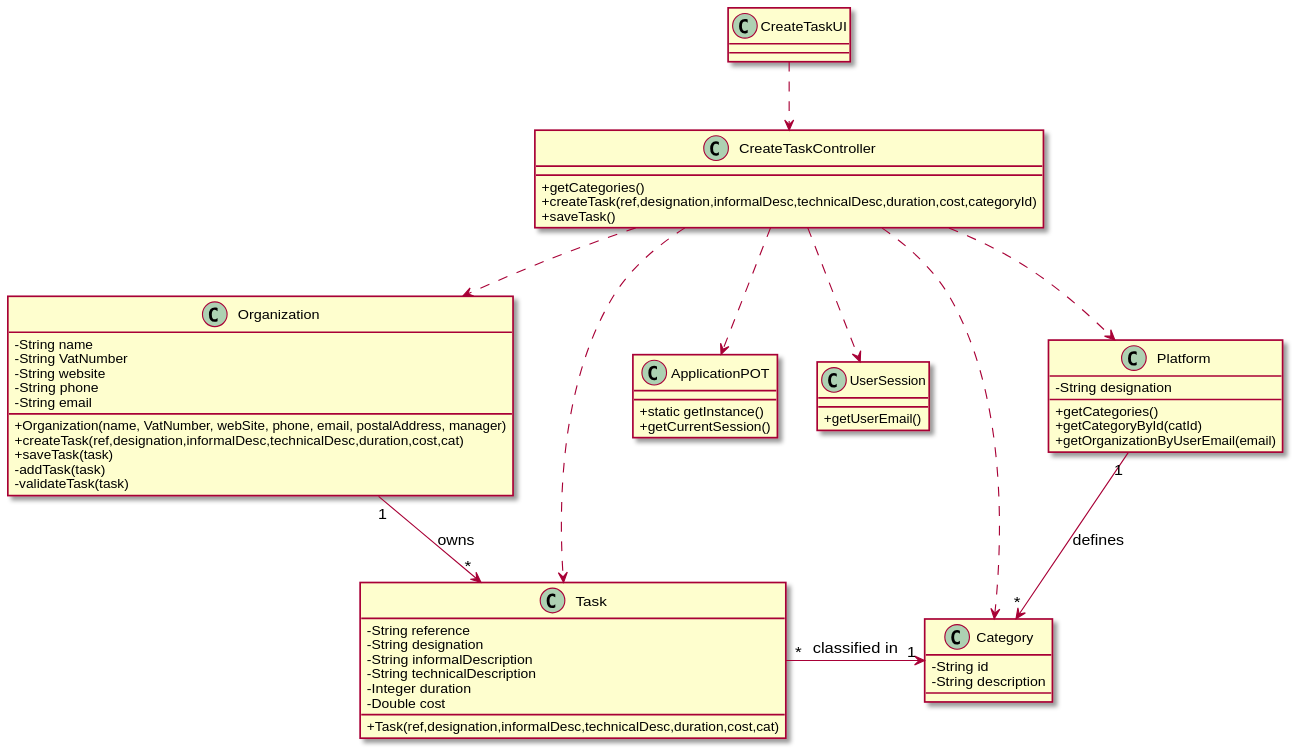
Pirussa/lei-22-s2-1da-g02 keeps this PlantUML diagram as docs/SprintC/US005/US005_CD.svg. Above is the earlier version. Its diagram source:
```plantuml
@startuml
skinparam classAttributeIconSize 0

class ApplicationPOT
{
  +static getInstance()
  +getCurrentSession()
}

class UserSession
{
  +getUserEmail()
}

class Task {
  -String reference
  -String designation
  -String informalDescription
  -String technicalDescription
  -Integer duration
  -Double cost
  +Task(ref,designation,informalDesc,technicalDesc,duration,cost,cat)
}

class Category {
  -String id
  -String description
}

class Organization {
  -String name
  -String VatNumber
  -String website
  -String phone
  -String email
  +Organization(name, VatNumber, webSite, phone, email, postalAddress, manager)
  +createTask(ref,designation,informalDesc,technicalDesc,duration,cost,cat)
  +saveTask(task)
  -addTask(task)
  -validateTask(task)
}

class Platform {
  -String designation
  +getCategories()
  +getCategoryById(catId)
  +getOrganizationByUserEmail(email)
}

class CreateTaskController {
  +getCategories()
  +createTask(ref,designation,informalDesc,technicalDesc,duration,cost,categoryId)
  +saveTask()
}

class CreateTaskUI {

}

CreateTaskUI ..> CreateTaskController
CreateTaskController ..> Platform
CreateTaskController ..> Category
CreateTaskController ..> Task
CreateTaskController ..> Organization
CreateTaskController ..> ApplicationPOT
CreateTaskController ..> UserSession
Task "*" -> "1" Category : classified in
Platform "1" --> "*" Category : defines
Organization "1" --> "*" Task : owns


@enduml
```
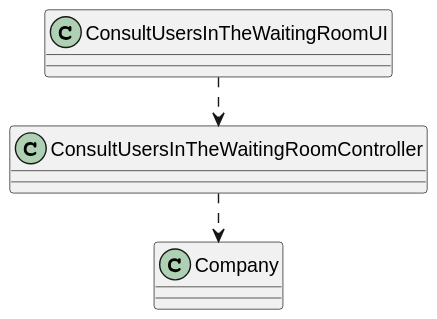
After the commit.

The edit, as a diff of the source:
```diff
@@ -1,72 +1,18 @@
 @startuml
-skinparam classAttributeIconSize 0
 
-class ApplicationPOT
-{
-  +static getInstance()
-  +getCurrentSession()
+class Company {
 }
 
-class UserSession
-{
-  +getUserEmail()
+
+class ConsultUsersInTheWaitingRoomUI
+
+class ConsultUsersInTheWaitingRoomController{
 }
 
-class Task {
-  -String reference
-  -String designation
-  -String informalDescription
-  -String technicalDescription
-  -Integer duration
-  -Double cost
-  +Task(ref,designation,informalDesc,technicalDesc,duration,cost,cat)
-}
 
-class Category {
-  -String id
-  -String description
-}
+left to right direction
 
-class Organization {
-  -String name
-  -String VatNumber
-  -String website
-  -String phone
-  -String email
-  +Organization(name, VatNumber, webSite, phone, email, postalAddress, manager)
-  +createTask(ref,designation,informalDesc,technicalDesc,duration,cost,cat)
-  +saveTask(task)
-  -addTask(task)
-  -validateTask(task)
-}
-
-class Platform {
-  -String designation
-  +getCategories()
-  +getCategoryById(catId)
-  +getOrganizationByUserEmail(email)
-}
-
-class CreateTaskController {
-  +getCategories()
-  +createTask(ref,designation,informalDesc,technicalDesc,duration,cost,categoryId)
-  +saveTask()
-}
-
-class CreateTaskUI {
-
-}
-
-CreateTaskUI ..> CreateTaskController
-CreateTaskController ..> Platform
-CreateTaskController ..> Category
-CreateTaskController ..> Task
-CreateTaskController ..> Organization
-CreateTaskController ..> ApplicationPOT
-CreateTaskController ..> UserSession
-Task "*" -> "1" Category : classified in
-Platform "1" --> "*" Category : defines
-Organization "1" --> "*" Task : owns
-
+ConsultUsersInTheWaitingRoomUI .> ConsultUsersInTheWaitingRoomController
+ConsultUsersInTheWaitingRoomController .> Company
 
 @enduml
```
